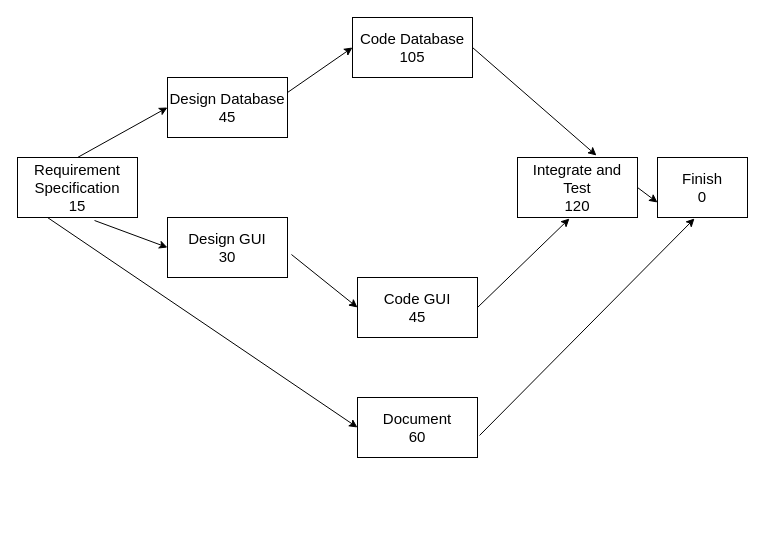
Above: diagrams/ActivityDiagram.drawio in O-alpha/SE-LAB (draw.io), before the change. Source tidied: cells renumbered, new cells numbered last; positions are measured from the earlier drawing's top-left corner, leaving out a move shared by most shapes. Both pictures are drawn from the tidied source at 100%, with x=0, y=0 at pixel (17, 17).
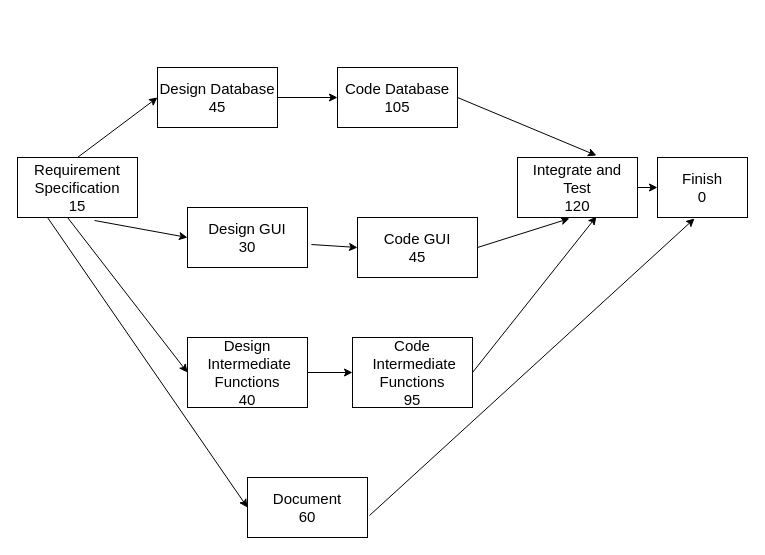
The same page after the edit.

The change refers to these unchanged cells:
```xml
<mxCell id="2" value="&lt;div&gt;&lt;font style=&quot;font-size: 15px;&quot;&gt;Requirement Specification&lt;/font&gt;&lt;/div&gt;&lt;div&gt;&lt;font style=&quot;font-size: 15px;&quot;&gt;15&lt;br&gt;&lt;/font&gt;&lt;/div&gt;" style="rounded=0;whiteSpace=wrap;html=1;" parent="1" vertex="1">
  <mxGeometry y="140" width="120" height="60" as="geometry" />
</mxCell>
<mxCell id="7" value="&lt;div&gt;Integrate and&lt;/div&gt;&lt;div&gt;Test&lt;/div&gt;&lt;div&gt;120&lt;br&gt;&lt;/div&gt;" style="rounded=0;whiteSpace=wrap;html=1;fontSize=15;" parent="1" vertex="1">
  <mxGeometry x="500" y="140" width="120" height="60" as="geometry" />
</mxCell>
<mxCell id="9" value="&lt;div&gt;Finish&lt;/div&gt;&lt;div&gt;0&lt;br&gt;&lt;/div&gt;" style="rounded=0;whiteSpace=wrap;html=1;fontSize=15;" parent="1" vertex="1">
  <mxGeometry x="640" y="140" width="90" height="60" as="geometry" />
</mxCell>
```

The edit, as a diff of the source:
```diff
@@
     <mxCell id="3" value="&lt;div&gt;Design Database&lt;/div&gt;&lt;div&gt;45&lt;br&gt;&lt;/div&gt;" style="rounded=0;whiteSpace=wrap;html=1;fontSize=15;" parent="1" vertex="1">
-      <mxGeometry x="150" y="60" width="120" height="60" as="geometry" />
+      <mxGeometry x="140" y="50" width="120" height="60" as="geometry" />
     </mxCell>
     <mxCell id="4" value="&lt;div&gt;Code Database&lt;/div&gt;&lt;div&gt;105&lt;br&gt;&lt;/div&gt;" style="rounded=0;whiteSpace=wrap;html=1;fontSize=15;" parent="1" vertex="1">
-      <mxGeometry x="335" width="120" height="60" as="geometry" />
+      <mxGeometry x="320" y="50" width="120" height="60" as="geometry" />
     </mxCell>
     <mxCell id="5" value="&lt;div&gt;Design GUI&lt;/div&gt;&lt;div&gt;30&lt;br&gt;&lt;/div&gt;" style="rounded=0;whiteSpace=wrap;html=1;fontSize=15;" parent="1" vertex="1">
-      <mxGeometry x="150" y="200" width="120" height="60" as="geometry" />
+      <mxGeometry x="170" y="190" width="120" height="60" as="geometry" />
     </mxCell>
     <mxCell id="6" value="&lt;div&gt;Code GUI&lt;/div&gt;&lt;div&gt;45&lt;br&gt;&lt;/div&gt;" style="rounded=0;whiteSpace=wrap;html=1;fontSize=15;" parent="1" vertex="1">
-      <mxGeometry x="340" y="260" width="120" height="60" as="geometry" />
+      <mxGeometry x="340" y="200" width="120" height="60" as="geometry" />
     </mxCell>
@@
     <mxCell id="8" value="&lt;div&gt;Document&lt;/div&gt;&lt;div&gt;60&lt;br&gt;&lt;/div&gt;" style="rounded=0;whiteSpace=wrap;html=1;fontSize=15;" parent="1" vertex="1">
-      <mxGeometry x="340" y="380" width="120" height="60" as="geometry" />
+      <mxGeometry x="230" y="460" width="120" height="60" as="geometry" />
     </mxCell>
@@
-    <mxCell id="12" style="endArrow=classic;html=1;rounded=0;fontSize=15;entryX=0;entryY=0.5;entryDx=0;entryDy=0;exitX=1;exitY=0.25;exitDx=0;exitDy=0;" parent="1" edge="1" source="3" target="4">
+    <mxCell id="12" style="endArrow=classic;html=1;rounded=0;fontSize=15;entryX=0;entryY=0.5;entryDx=0;entryDy=0;exitX=1;exitY=0.5;exitDx=0;exitDy=0;" parent="1" edge="1" source="3" target="4">
       <mxGeometry relative="1" as="geometry" />
     </mxCell>
@@
-    <mxCell id="16" style="endArrow=classic;html=1;rounded=0;fontSize=15;entryX=0;entryY=0.75;entryDx=0;entryDy=0;exitX=1;exitY=0.5;exitDx=0;exitDy=0;" parent="1" edge="1" source="7" target="9">
+    <mxCell id="16" style="endArrow=classic;html=1;rounded=0;fontSize=15;entryX=0;entryY=0.5;entryDx=0;entryDy=0;exitX=1;exitY=0.5;exitDx=0;exitDy=0;" parent="1" edge="1" source="7" target="9">
       <mxGeometry relative="1" as="geometry" />
     </mxCell>
@@
+    <mxCell id="19" style="edgeStyle=orthogonalEdgeStyle;rounded=0;jettySize=auto;html=1;exitX=1;exitY=0.5;exitDx=0;exitDy=0;entryX=0;entryY=0.5;entryDx=0;entryDy=0;" parent="1" edge="1" source="20" target="21">
+      <mxGeometry relative="1" as="geometry" />
+    </mxCell>
+    <mxCell id="20" value="&lt;font style=&quot;font-size: 15px;&quot;&gt;Design&lt;br&gt;&amp;nbsp;Intermediate&lt;br&gt;Functions&lt;br&gt;40&lt;br&gt;&lt;/font&gt;" style="rounded=0;whiteSpace=wrap;html=1;" parent="1" vertex="1">
+      <mxGeometry x="170" y="320" width="120" height="70" as="geometry" />
+    </mxCell>
+    <mxCell id="21" value="&lt;font style=&quot;font-size: 15px;&quot;&gt;Code&lt;/font&gt;&lt;br style=&quot;border-color: var(--border-color); font-size: 15px;&quot;&gt;&lt;span style=&quot;font-size: 15px;&quot;&gt;&amp;nbsp;Intermediate&lt;/span&gt;&lt;br style=&quot;border-color: var(--border-color); font-size: 15px;&quot;&gt;&lt;span style=&quot;font-size: 15px;&quot;&gt;Functions&lt;br&gt;95&lt;br&gt;&lt;/span&gt;" style="rounded=0;whiteSpace=wrap;html=1;" parent="1" vertex="1">
+      <mxGeometry x="335" y="320" width="120" height="70" as="geometry" />
+    </mxCell>
+    <mxCell id="22" style="endArrow=classic;html=1;rounded=0;exitX=0.417;exitY=1;exitDx=0;exitDy=0;exitPerimeter=0;entryX=0;entryY=0.5;entryDx=0;entryDy=0;" parent="1" edge="1" source="2" target="20">
+      <mxGeometry relative="1" as="geometry" />
+    </mxCell>
+    <mxCell id="23" style="endArrow=classic;html=1;rounded=0;entryX=0.658;entryY=0.983;entryDx=0;entryDy=0;entryPerimeter=0;exitX=1;exitY=0.5;exitDx=0;exitDy=0;" parent="1" edge="1" source="21" target="7">
+      <mxGeometry relative="1" as="geometry" />
+    </mxCell>
```
